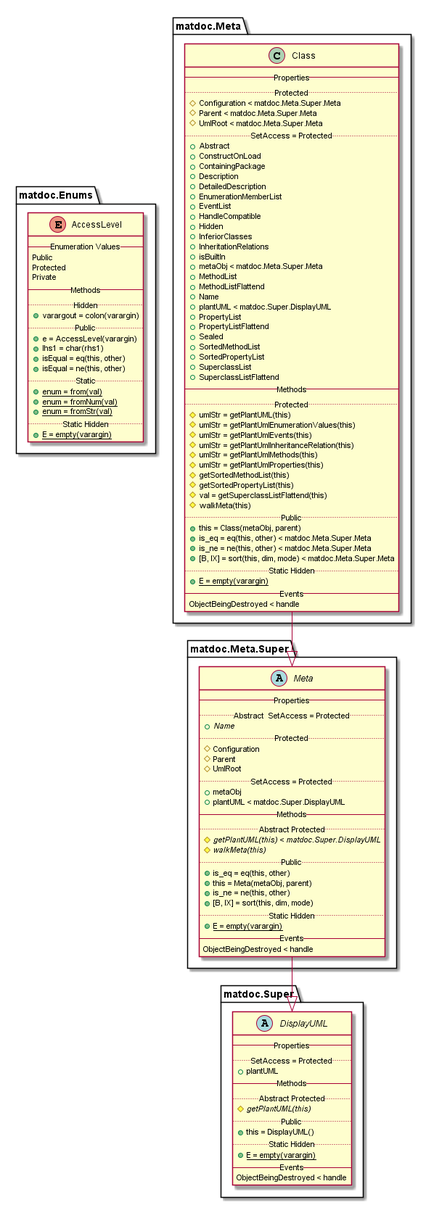
This is doc/uml-examples/export-class-IgnoreBuiltInClass-true.png from flxdot/matdoc, a PlantUML export, as it was before one commit.
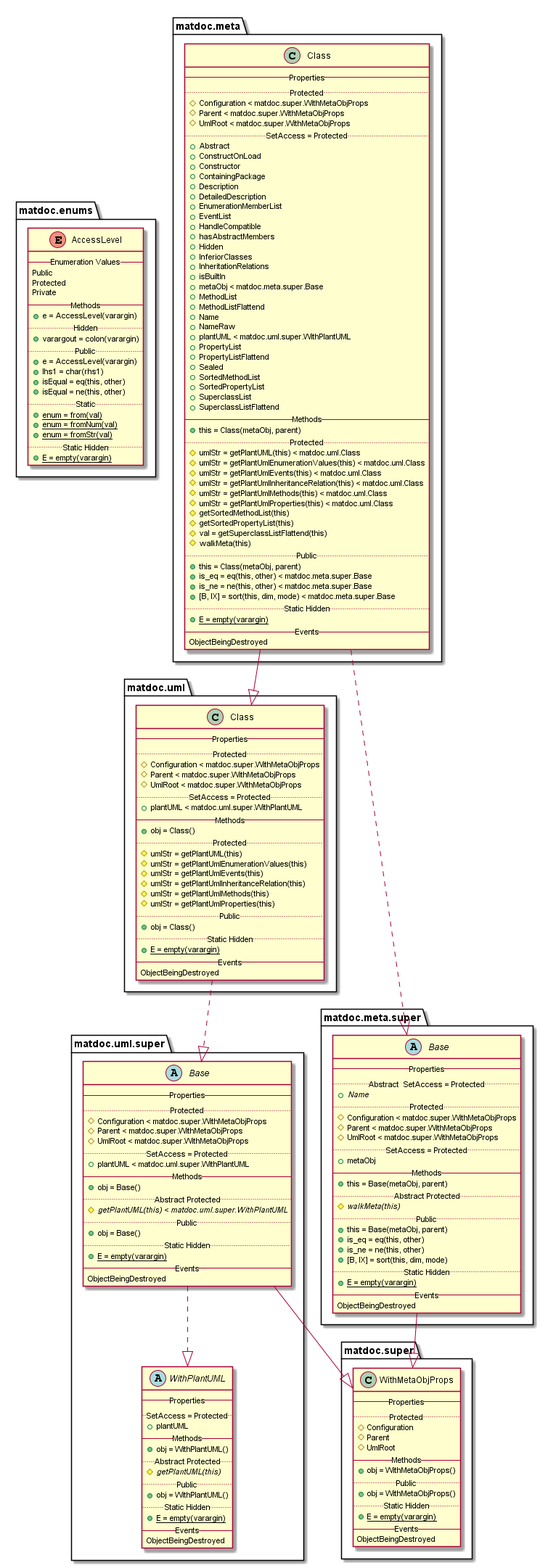
The same file after the commit.

The edit, as a diff of the source:
```diff
@@ -1,11 +1,12 @@
 @startuml
 
-enum matdoc.Enums.AccessLevel {
+enum matdoc.enums.AccessLevel {
    -- Enumeration Values --
    Public
    Protected
    Private
    -- Methods --
+   {method} + e = AccessLevel(varargin)
    .. Hidden ..
    {method} + varargout = colon(varargin)
    .. Public ..
@@ -22,30 +23,33 @@
 }
 
 
-class matdoc.Meta.Class {
+class matdoc.meta.Class {
    -- Properties --
    .. Protected ..
-   {field} # Configuration < matdoc.Meta.Super.Meta
-   {field} # Parent < matdoc.Meta.Super.Meta
-   {field} # UmlRoot < matdoc.Meta.Super.Meta
+   {field} # Configuration < matdoc.super.WithMetaObjProps
+   {field} # Parent < matdoc.super.WithMetaObjProps
+   {field} # UmlRoot < matdoc.super.WithMetaObjProps
    .. SetAccess = Protected ..
    {field} + Abstract
    {field} + ConstructOnLoad
+   {field} + Constructor
    {field} + ContainingPackage
    {field} + Description
    {field} + DetailedDescription
    {field} + EnumerationMemberList
    {field} + EventList
    {field} + HandleCompatible
+   {field} + hasAbstractMembers
    {field} + Hidden
    {field} + InferiorClasses
    {field} + InheritationRelations
    {field} + isBuiltIn
-   {field} + metaObj < matdoc.Meta.Super.Meta
+   {field} + metaObj < matdoc.meta.super.Base
    {field} + MethodList
    {field} + MethodListFlattend
    {field} + Name
-   {field} + plantUML < matdoc.Super.DisplayUML
+   {field} + NameRaw
+   {field} + plantUML < matdoc.uml.super.WithPlantUML
    {field} + PropertyList
    {field} + PropertyListFlattend
    {field} + Sealed
@@ -54,6 +58,86 @@
    {field} + SuperclassList
    {field} + SuperclassListFlattend
    -- Methods --
+   {method} + this = Class(metaObj, parent)
+   .. Protected ..
+   {method} # umlStr = getPlantUML(this) < matdoc.uml.Class
+   {method} # umlStr = getPlantUmlEnumerationValues(this) < matdoc.uml.Class
+   {method} # umlStr = getPlantUmlEvents(this) < matdoc.uml.Class
+   {method} # umlStr = getPlantUmlInheritanceRelation(this) < matdoc.uml.Class
+   {method} # umlStr = getPlantUmlMethods(this) < matdoc.uml.Class
+   {method} # umlStr = getPlantUmlProperties(this) < matdoc.uml.Class
+   {method} # getSortedMethodList(this)
+   {method} # getSortedPropertyList(this)
+   {method} # val = getSuperclassListFlattend(this)
+   {method} # walkMeta(this)
+   .. Public ..
+   {method} + this = Class(metaObj, parent)
+   {method} + is_eq = eq(this, other) < matdoc.meta.super.Base
+   {method} + is_ne = ne(this, other) < matdoc.meta.super.Base
+   {method} + [B, IX] = sort(this, dim, mode) < matdoc.meta.super.Base
+   .. Static Hidden ..
+   {method}{static} + E = empty(varargin)
+   -- Events --
+   ObjectBeingDestroyed
+}
+
+matdoc.meta.Class ..|> matdoc.meta.super.Base
+matdoc.meta.Class --|> matdoc.uml.Class
+
+abstract class matdoc.meta.super.Base {
+   -- Properties --
+   .. Abstract  SetAccess = Protected ..
+   {field}{abstract} + Name
+   .. Protected ..
+   {field} # Configuration < matdoc.super.WithMetaObjProps
+   {field} # Parent < matdoc.super.WithMetaObjProps
+   {field} # UmlRoot < matdoc.super.WithMetaObjProps
+   .. SetAccess = Protected ..
+   {field} + metaObj
+   -- Methods --
+   {method} + this = Base(metaObj, parent)
+   .. Abstract Protected ..
+   {method}{abstract} # walkMeta(this)
+   .. Public ..
+   {method} + this = Base(metaObj, parent)
+   {method} + is_eq = eq(this, other)
+   {method} + is_ne = ne(this, other)
+   {method} + [B, IX] = sort(this, dim, mode)
+   .. Static Hidden ..
+   {method}{static} + E = empty(varargin)
+   -- Events --
+   ObjectBeingDestroyed
+}
+
+matdoc.meta.super.Base --|> matdoc.super.WithMetaObjProps
+
+class matdoc.super.WithMetaObjProps {
+   -- Properties --
+   .. Protected ..
+   {field} # Configuration
+   {field} # Parent
+   {field} # UmlRoot
+   -- Methods --
+   {method} + obj = WithMetaObjProps()
+   .. Public ..
+   {method} + obj = WithMetaObjProps()
+   .. Static Hidden ..
+   {method}{static} + E = empty(varargin)
+   -- Events --
+   ObjectBeingDestroyed
+}
+
+
+class matdoc.uml.Class {
+   -- Properties --
+   .. Protected ..
+   {field} # Configuration < matdoc.super.WithMetaObjProps
+   {field} # Parent < matdoc.super.WithMetaObjProps
+   {field} # UmlRoot < matdoc.super.WithMetaObjProps
+   .. SetAccess = Protected ..
+   {field} + plantUML < matdoc.uml.super.WithPlantUML
+   -- Methods --
+   {method} + obj = Class()
    .. Protected ..
    {method} # umlStr = getPlantUML(this)
    {method} # umlStr = getPlantUmlEnumerationValues(this)
@@ -61,64 +145,53 @@
    {method} # umlStr = getPlantUmlInheritanceRelation(this)
    {method} # umlStr = getPlantUmlMethods(this)
    {method} # umlStr = getPlantUmlProperties(this)
-   {method} # getSortedMethodList(this)
-   {method} # getSortedPropertyList(this)
-   {method} # val = getSuperclassListFlattend(this)
-   {method} # walkMeta(this)
    .. Public ..
-   {method} + this = Class(metaObj, parent)
-   {method} + is_eq = eq(this, other) < matdoc.Meta.Super.Meta
-   {method} + is_ne = ne(this, other) < matdoc.Meta.Super.Meta
-   {method} + [B, IX] = sort(this, dim, mode) < matdoc.Meta.Super.Meta
+   {method} + obj = Class()
    .. Static Hidden ..
    {method}{static} + E = empty(varargin)
    -- Events --
-   ObjectBeingDestroyed < handle
+   ObjectBeingDestroyed
 }
 
-matdoc.Meta.Class --|> matdoc.Meta.Super.Meta
+matdoc.uml.Class ..|> matdoc.uml.super.Base
 
-abstract class matdoc.Meta.Super.Meta {
+abstract class matdoc.uml.super.Base {
    -- Properties --
-   .. Abstract  SetAccess = Protected ..
-   {field}{abstract} + Name
    .. Protected ..
-   {field} # Configuration
-   {field} # Parent
-   {field} # UmlRoot
+   {field} # Configuration < matdoc.super.WithMetaObjProps
+   {field} # Parent < matdoc.super.WithMetaObjProps
+   {field} # UmlRoot < matdoc.super.WithMetaObjProps
    .. SetAccess = Protected ..
-   {field} + metaObj
-   {field} + plantUML < matdoc.Super.DisplayUML
+   {field} + plantUML < matdoc.uml.super.WithPlantUML
    -- Methods --
+   {method} + obj = Base()
    .. Abstract Protected ..
-   {method}{abstract} # getPlantUML(this) < matdoc.Super.DisplayUML
-   {method}{abstract} # walkMeta(this)
+   {method}{abstract} # getPlantUML(this) < matdoc.uml.super.WithPlantUML
    .. Public ..
-   {method} + is_eq = eq(this, other)
-   {method} + this = Meta(metaObj, parent)
-   {method} + is_ne = ne(this, other)
-   {method} + [B, IX] = sort(this, dim, mode)
+   {method} + obj = Base()
    .. Static Hidden ..
    {method}{static} + E = empty(varargin)
    -- Events --
-   ObjectBeingDestroyed < handle
+   ObjectBeingDestroyed
 }
 
-matdoc.Meta.Super.Meta --|> matdoc.Super.DisplayUML
+matdoc.uml.super.Base --|> matdoc.super.WithMetaObjProps
+matdoc.uml.super.Base ..|> matdoc.uml.super.WithPlantUML
 
-abstract class matdoc.Super.DisplayUML {
+abstract class matdoc.uml.super.WithPlantUML {
    -- Properties --
    .. SetAccess = Protected ..
    {field} + plantUML
    -- Methods --
+   {method} + obj = WithPlantUML()
    .. Abstract Protected ..
    {method}{abstract} # getPlantUML(this)
    .. Public ..
-   {method} + this = DisplayUML()
+   {method} + obj = WithPlantUML()
    .. Static Hidden ..
    {method}{static} + E = empty(varargin)
    -- Events --
-   ObjectBeingDestroyed < handle
+   ObjectBeingDestroyed
 }
 
 
```
